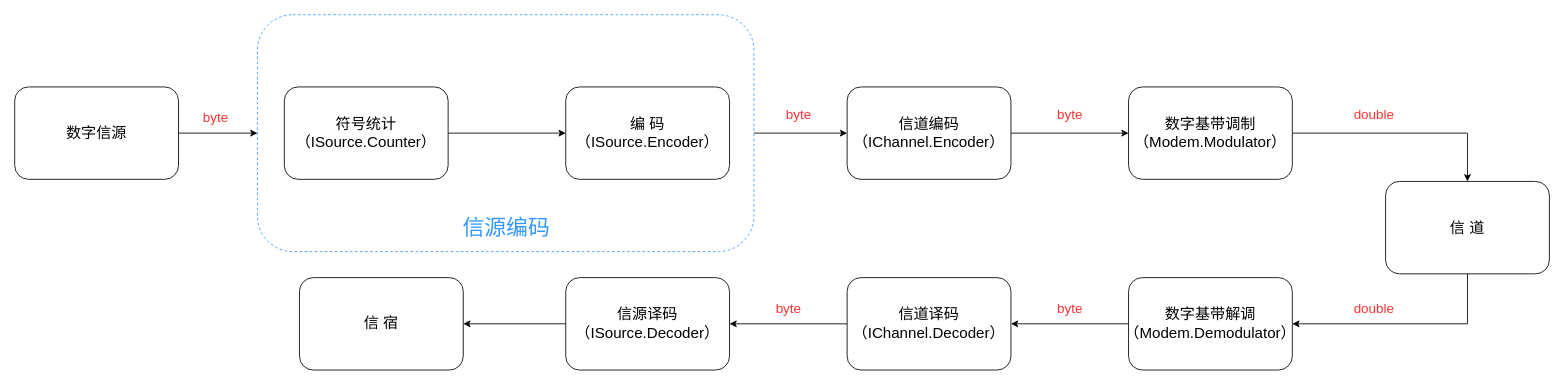
Above: doc/1_整体架构.drawio in Redns/CCT (draw.io), before the change. Source tidied: cells renumbered, new cells numbered last; positions are measured from the earlier drawing's top-left corner, leaving out a move shared by most shapes. Both pictures are drawn from the tidied source at 84%, with x=0, y=0 at pixel (14, 14).
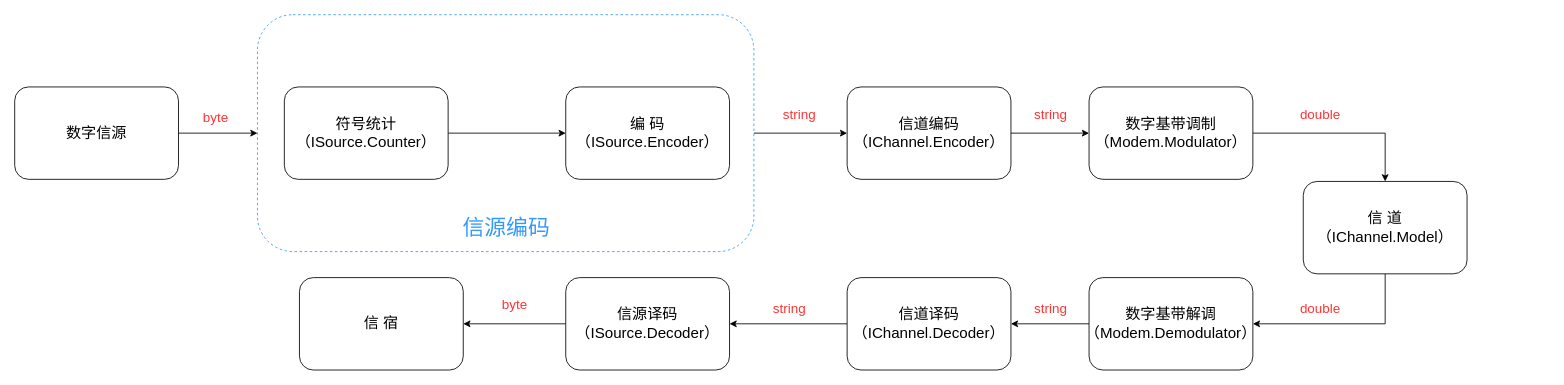
Above is the later version.

Change to the diagram source:
```diff
@@
     <mxCell id="13" value="&lt;font style=&quot;font-size: 18px&quot;&gt;数字基带调制（Modem.Modulator）&lt;/font&gt;" style="rounded=1;whiteSpace=wrap;html=1;" parent="1" vertex="1">
-      <mxGeometry x="1326" y="86" width="195" height="110" as="geometry" />
+      <mxGeometry x="1279" y="86" width="195" height="110" as="geometry" />
     </mxCell>
@@
-    <mxCell id="15" value="&lt;font style=&quot;font-size: 18px&quot;&gt;信 道&lt;/font&gt;" style="rounded=1;whiteSpace=wrap;html=1;" parent="1" vertex="1">
-      <mxGeometry x="1632" y="198.5" width="195" height="110" as="geometry" />
+    <mxCell id="15" value="&lt;font style=&quot;font-size: 18px&quot;&gt;信 道（IChannel.Model）&lt;/font&gt;" style="rounded=1;whiteSpace=wrap;html=1;" parent="1" vertex="1">
+      <mxGeometry x="1534" y="198.5" width="195" height="110" as="geometry" />
     </mxCell>
@@
     <mxCell id="17" value="&lt;font style=&quot;font-size: 18px&quot;&gt;数字基带解调（Modem.Demodulator）&lt;/font&gt;" style="rounded=1;whiteSpace=wrap;html=1;" parent="1" vertex="1">
-      <mxGeometry x="1326" y="313" width="195" height="110" as="geometry" />
+      <mxGeometry x="1279" y="313" width="195" height="110" as="geometry" />
     </mxCell>
@@
-    <mxCell id="23" value="byte" style="text;html=1;align=center;verticalAlign=middle;strokeColor=none;fillColor=none;fontSize=16;fontColor=#FF3333;" parent="1" vertex="1">
-      <mxGeometry x="913" y="107.5" width="40" height="23" as="geometry" />
+    <mxCell id="23" value="string" style="text;html=1;align=center;verticalAlign=middle;strokeColor=none;fillColor=none;fontSize=16;fontColor=#FF3333;" parent="1" vertex="1">
+      <mxGeometry x="909" y="107.5" width="49" height="23" as="geometry" />
     </mxCell>
-    <mxCell id="24" value="byte" style="text;html=1;align=center;verticalAlign=middle;strokeColor=none;fillColor=none;fontSize=16;fontColor=#FF3333;" parent="1" vertex="1">
-      <mxGeometry x="1236" y="107.5" width="40" height="23" as="geometry" />
+    <mxCell id="24" value="string" style="text;html=1;align=center;verticalAlign=middle;strokeColor=none;fillColor=none;fontSize=16;fontColor=#FF3333;" parent="1" vertex="1">
+      <mxGeometry x="1208" y="107.5" width="49" height="23" as="geometry" />
     </mxCell>
     <mxCell id="25" value="double" style="text;html=1;align=center;verticalAlign=middle;strokeColor=none;fillColor=none;fontSize=16;fontColor=#FF3333;" parent="1" vertex="1">
-      <mxGeometry x="1589" y="107.5" width="58" height="23" as="geometry" />
+      <mxGeometry x="1525" y="107.5" width="58" height="23" as="geometry" />
     </mxCell>
     <mxCell id="26" value="double" style="text;html=1;align=center;verticalAlign=middle;strokeColor=none;fillColor=none;fontSize=16;fontColor=#FF3333;" parent="1" vertex="1">
-      <mxGeometry x="1589" y="338" width="58" height="23" as="geometry" />
+      <mxGeometry x="1525" y="338" width="58" height="23" as="geometry" />
     </mxCell>
-    <mxCell id="27" value="byte" style="text;html=1;align=center;verticalAlign=middle;strokeColor=none;fillColor=none;fontSize=16;fontColor=#FF3333;" parent="1" vertex="1">
-      <mxGeometry x="1236" y="338" width="40" height="23" as="geometry" />
+    <mxCell id="27" value="string" style="text;html=1;align=center;verticalAlign=middle;strokeColor=none;fillColor=none;fontSize=16;fontColor=#FF3333;" parent="1" vertex="1">
+      <mxGeometry x="1208" y="338" width="49" height="23" as="geometry" />
     </mxCell>
-    <mxCell id="28" value="byte" style="text;html=1;align=center;verticalAlign=middle;strokeColor=none;fillColor=none;fontSize=16;fontColor=#FF3333;" parent="1" vertex="1">
-      <mxGeometry x="901" y="338" width="40" height="23" as="geometry" />
+    <mxCell id="28" value="string" style="text;html=1;align=center;verticalAlign=middle;strokeColor=none;fillColor=none;fontSize=16;fontColor=#FF3333;" parent="1" vertex="1">
+      <mxGeometry x="897" y="338" width="49" height="23" as="geometry" />
     </mxCell>
@@
+    <mxCell id="30" value="&lt;font style=&quot;font-size: 16px&quot; color=&quot;#ff3333&quot;&gt;byte&lt;/font&gt;" style="text;html=1;align=center;verticalAlign=middle;strokeColor=none;fillColor=none;fontSize=26;fontColor=#3399FF;" parent="1" vertex="1">
+      <mxGeometry x="575" y="323" width="40" height="38" as="geometry" />
+    </mxCell>
```
